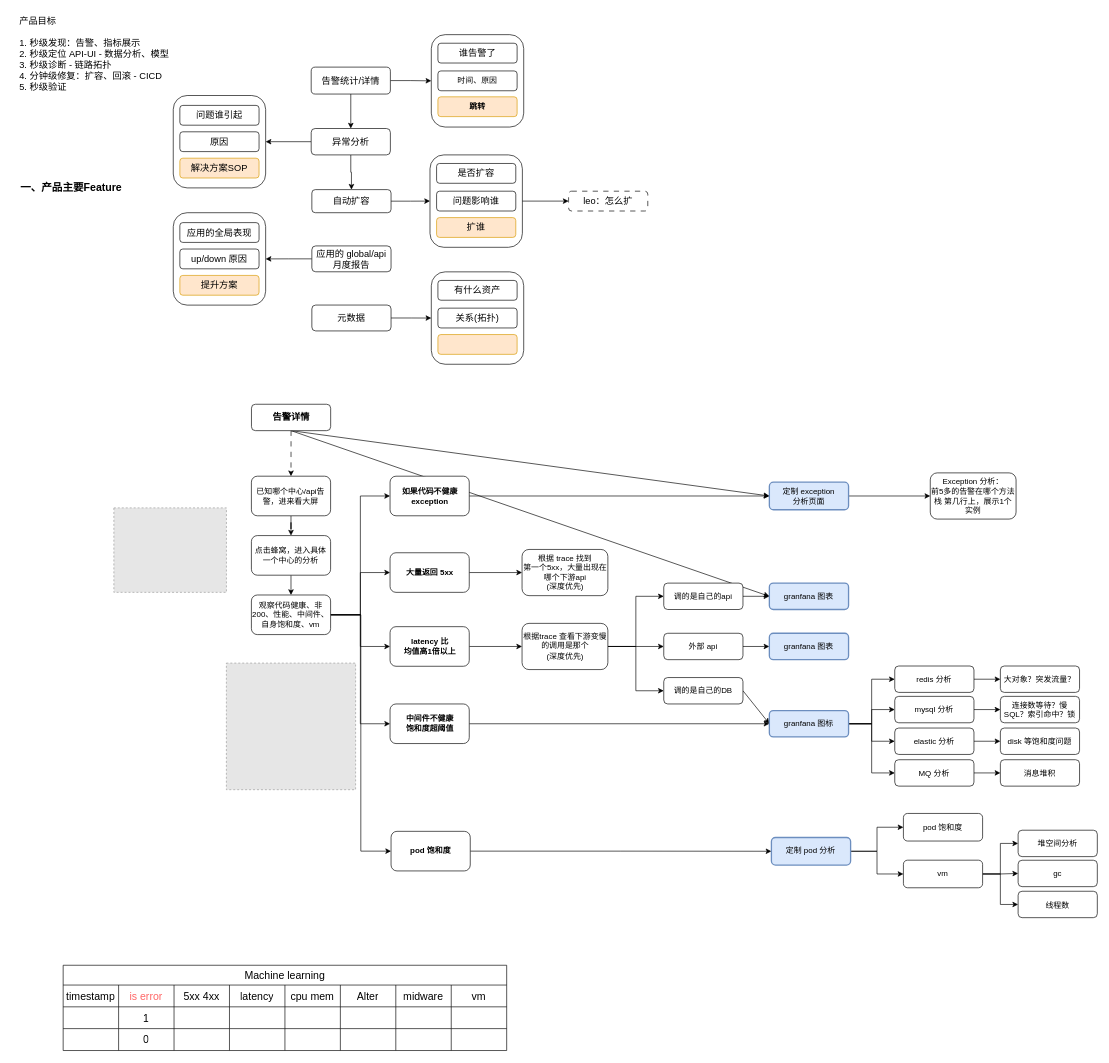
Before: page "feature" (6 of 6) of 数据采集架构图.drawio in Allen9797/WorkZone, a draw.io diagram. Source tidied: cells renumbered, new cells numbered last; positions are measured from the earlier drawing's top-left corner, leaving out a move shared by most shapes. Both pictures are drawn from the tidied source at 66%, with x=0, y=0 at pixel (11, 11). Pictures stored in the file or linked from it are replaced by grey dashed boxes.
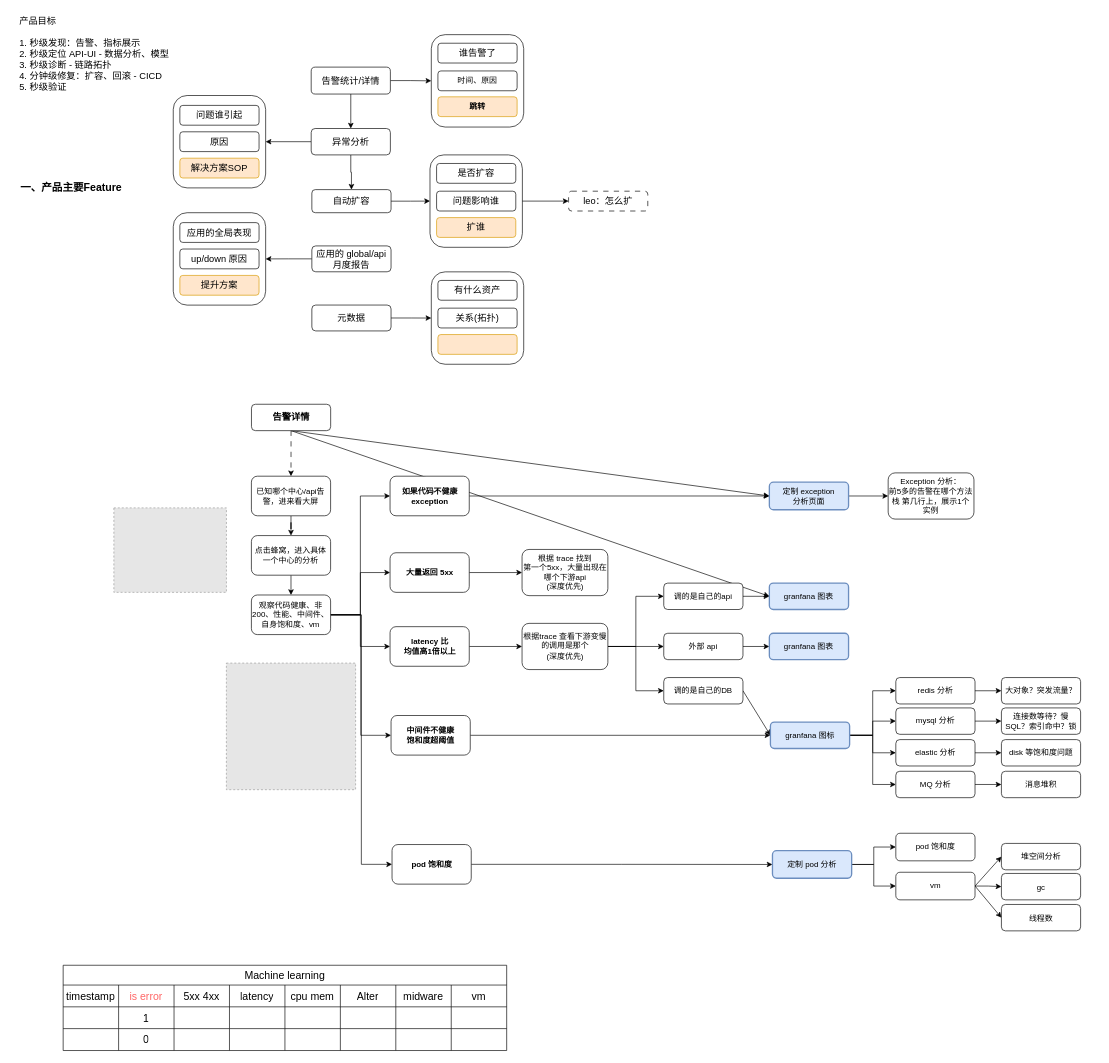
The same diagram, later.

Commit message (it also covers changes not shown here):
更新数据采集架构图.drawio

Change to the diagram source:
```diff
@@
     <mxCell id="21" value="&lt;span style=&quot;&quot;&gt;Exception 分析：&lt;br&gt;前5多的告警在哪个方法栈 第几行上，展示1个实例&lt;br&gt;&lt;/span&gt;" style="rounded=1;whiteSpace=wrap;html=1;" parent="1" vertex="1">
-      <mxGeometry x="1392" y="700" width="130" height="70" as="geometry" />
+      <mxGeometry x="1328.2" y="700" width="130" height="70" as="geometry" />
     </mxCell>
@@
     <mxCell id="23" value="&lt;font style=&quot;font-size: 12px;&quot;&gt;中间件不健康&lt;br&gt;饱和度超阈值&lt;br&gt;&lt;/font&gt;" style="rounded=1;whiteSpace=wrap;html=1;fontStyle=1;" parent="1" vertex="1">
-      <mxGeometry x="573.5" y="1050.1" width="120" height="60" as="geometry" />
+      <mxGeometry x="575" y="1067.6" width="120" height="60" as="geometry" />
     </mxCell>
@@
     <mxCell id="25" value="&lt;font style=&quot;font-size: 12px;&quot;&gt;redis 分析&lt;/font&gt;" style="rounded=1;whiteSpace=wrap;html=1;" parent="1" vertex="1">
-      <mxGeometry x="1338.2" y="992.6" width="120" height="40" as="geometry" />
+      <mxGeometry x="1339.8" y="1010.1" width="120" height="40" as="geometry" />
     </mxCell>
@@
     <mxCell id="27" value="&lt;font style=&quot;font-size: 12px;&quot;&gt;mysql 分析&lt;/font&gt;" style="rounded=1;whiteSpace=wrap;html=1;" parent="1" vertex="1">
-      <mxGeometry x="1338.2" y="1038.6" width="120" height="40" as="geometry" />
+      <mxGeometry x="1339.8" y="1056.1" width="120" height="40" as="geometry" />
     </mxCell>
@@
     <mxCell id="29" value="&lt;font style=&quot;font-size: 12px;&quot;&gt;elastic 分析&lt;/font&gt;" style="rounded=1;whiteSpace=wrap;html=1;" parent="1" vertex="1">
-      <mxGeometry x="1338.2" y="1086.6" width="120" height="40" as="geometry" />
+      <mxGeometry x="1339.8" y="1104.1" width="120" height="40" as="geometry" />
     </mxCell>
@@
-    <mxCell id="31" style="edgeStyle=orthogonalEdgeStyle;rounded=0;jettySize=auto;html=1;exitX=1;exitY=0.5;exitDx=0;exitDy=0;entryX=0;entryY=0.5;entryDx=0;entryDy=0;" parent="1" edge="1" source="112" target="40">
-      <mxGeometry relative="1" as="geometry" />
-    </mxCell>
-    <mxCell id="32" style="edgeStyle=orthogonalEdgeStyle;rounded=0;jettySize=auto;html=1;exitX=1;exitY=0.5;exitDx=0;exitDy=0;entryX=0;entryY=0.5;entryDx=0;entryDy=0;" parent="1" edge="1" source="112" target="42">
-      <mxGeometry relative="1" as="geometry" />
-    </mxCell>
@@
     <mxCell id="34" value="&lt;span style=&quot;font-size: 12px;&quot;&gt;pod 饱和度&lt;br style=&quot;font-size: 12px;&quot;&gt;&lt;/span&gt;" style="rounded=1;whiteSpace=wrap;html=1;fontStyle=1;fontSize=12;" parent="1" vertex="1">
-      <mxGeometry x="575" y="1243.1" width="120" height="60" as="geometry" />
+      <mxGeometry x="576.5" y="1263.1" width="120" height="60" as="geometry" />
     </mxCell>
@@
     <mxCell id="40" value="堆空间分析&lt;span style=&quot;font-size: 14px;&quot;&gt;&lt;br&gt;&lt;/span&gt;" style="rounded=1;whiteSpace=wrap;html=1;" parent="1" vertex="1">
-      <mxGeometry x="1525.1" y="1241.4" width="120" height="40" as="geometry" />
+      <mxGeometry x="1499.8" y="1261.4" width="120" height="40" as="geometry" />
     </mxCell>
     <mxCell id="41" value="gc&lt;span style=&quot;font-size: 14px;&quot;&gt;&lt;br&gt;&lt;/span&gt;" style="rounded=1;whiteSpace=wrap;html=1;" parent="1" vertex="1">
-      <mxGeometry x="1525.1" y="1286.9" width="120" height="40" as="geometry" />
+      <mxGeometry x="1499.8" y="1306.9" width="120" height="40" as="geometry" />
     </mxCell>
     <mxCell id="42" value="线程数&lt;span style=&quot;font-size: 14px;&quot;&gt;&lt;br&gt;&lt;/span&gt;" style="rounded=1;whiteSpace=wrap;html=1;" parent="1" vertex="1">
-      <mxGeometry x="1525.1" y="1333.9" width="120" height="40" as="geometry" />
+      <mxGeometry x="1499.8" y="1353.9" width="120" height="40" as="geometry" />
     </mxCell>
@@
     <mxCell id="86" value="大对象？突发流量？" style="rounded=1;whiteSpace=wrap;html=1;" parent="1" vertex="1">
-      <mxGeometry x="1498.2" y="992.6" width="120" height="40" as="geometry" />
+      <mxGeometry x="1499.8" y="1010.1" width="120" height="40" as="geometry" />
     </mxCell>
     <mxCell id="87" value="连接数等待？慢SQL？索引命中？锁" style="rounded=1;whiteSpace=wrap;html=1;" parent="1" vertex="1">
-      <mxGeometry x="1498.2" y="1038.6" width="120" height="40" as="geometry" />
+      <mxGeometry x="1499.8" y="1056.1" width="120" height="40" as="geometry" />
     </mxCell>
     <mxCell id="88" value="disk 等饱和度问题" style="rounded=1;whiteSpace=wrap;html=1;" parent="1" vertex="1">
-      <mxGeometry x="1498.2" y="1086.6" width="120" height="40" as="geometry" />
+      <mxGeometry x="1499.8" y="1104.1" width="120" height="40" as="geometry" />
     </mxCell>
@@
     <mxCell id="90" value="&lt;font style=&quot;font-size: 12px;&quot;&gt;MQ&amp;nbsp;&lt;/font&gt;分析" style="rounded=1;whiteSpace=wrap;html=1;" parent="1" vertex="1">
-      <mxGeometry x="1338.2" y="1134.6" width="120" height="40" as="geometry" />
+      <mxGeometry x="1339.8" y="1152.1" width="120" height="40" as="geometry" />
     </mxCell>
     <mxCell id="91" value="消息堆积" style="rounded=1;whiteSpace=wrap;html=1;" parent="1" vertex="1">
-      <mxGeometry x="1498.2" y="1134.6" width="120" height="40" as="geometry" />
+      <mxGeometry x="1499.8" y="1152.1" width="120" height="40" as="geometry" />
     </mxCell>
@@
+    <mxCell id="32" style="rounded=0;jettySize=auto;html=1;exitX=1;exitY=0.5;exitDx=0;exitDy=0;entryX=0;entryY=0.5;entryDx=0;entryDy=0;" parent="1" edge="1" source="112" target="42">
+      <mxGeometry relative="1" as="geometry" />
+    </mxCell>
+    <mxCell id="31" style="rounded=0;jettySize=auto;html=1;exitX=1;exitY=0.5;exitDx=0;exitDy=0;entryX=0;entryY=0.5;entryDx=0;entryDy=0;" parent="1" edge="1" source="112" target="40">
+      <mxGeometry relative="1" as="geometry" />
+    </mxCell>
     <mxCell id="112" value="vm&lt;span style=&quot;font-size: 12px;&quot;&gt;&lt;br style=&quot;font-size: 12px;&quot;&gt;&lt;/span&gt;" style="rounded=1;whiteSpace=wrap;html=1;fontStyle=0;fontSize=12;strokeWidth=1;" parent="1" vertex="1">
-      <mxGeometry x="1351.3" y="1286.8" width="120" height="41.8" as="geometry" />
+      <mxGeometry x="1339.8" y="1305.1" width="120" height="41.8" as="geometry" />
     </mxCell>
@@
     <mxCell id="123" value="&lt;font style=&quot;font-size: 12px;&quot;&gt;granfana 图标&lt;/font&gt;" style="rounded=1;whiteSpace=wrap;html=1;fillColor=#dae8fc;strokeColor=#6c8ebf;strokeWidth=2;" parent="1" vertex="1">
-      <mxGeometry x="1148.2" y="1060.1" width="120" height="40" as="geometry" />
+      <mxGeometry x="1149.8" y="1077.6" width="120" height="40" as="geometry" />
     </mxCell>
@@
     <mxCell id="130" value="&lt;span style=&quot;font-size: 12px;&quot;&gt;pod 饱和度&lt;br style=&quot;font-size: 12px;&quot;&gt;&lt;/span&gt;" style="rounded=1;whiteSpace=wrap;html=1;fontStyle=0;fontSize=12;strokeWidth=1;" parent="1" vertex="1">
-      <mxGeometry x="1351.3" y="1216" width="120" height="41.8" as="geometry" />
+      <mxGeometry x="1339.8" y="1246" width="120" height="41.8" as="geometry" />
     </mxCell>
@@
     <mxCell id="133" value="&lt;span style=&quot;font-size: 12px;&quot;&gt;定制 pod 分析&lt;br style=&quot;font-size: 12px;&quot;&gt;&lt;/span&gt;" style="rounded=1;whiteSpace=wrap;html=1;fontStyle=0;fontSize=12;fillColor=#dae8fc;strokeColor=#6c8ebf;strokeWidth=2;" parent="1" vertex="1">
-      <mxGeometry x="1151.3" y="1252.4" width="120" height="41.8" as="geometry" />
+      <mxGeometry x="1152.9" y="1272.4" width="120" height="41.8" as="geometry" />
     </mxCell>
```
